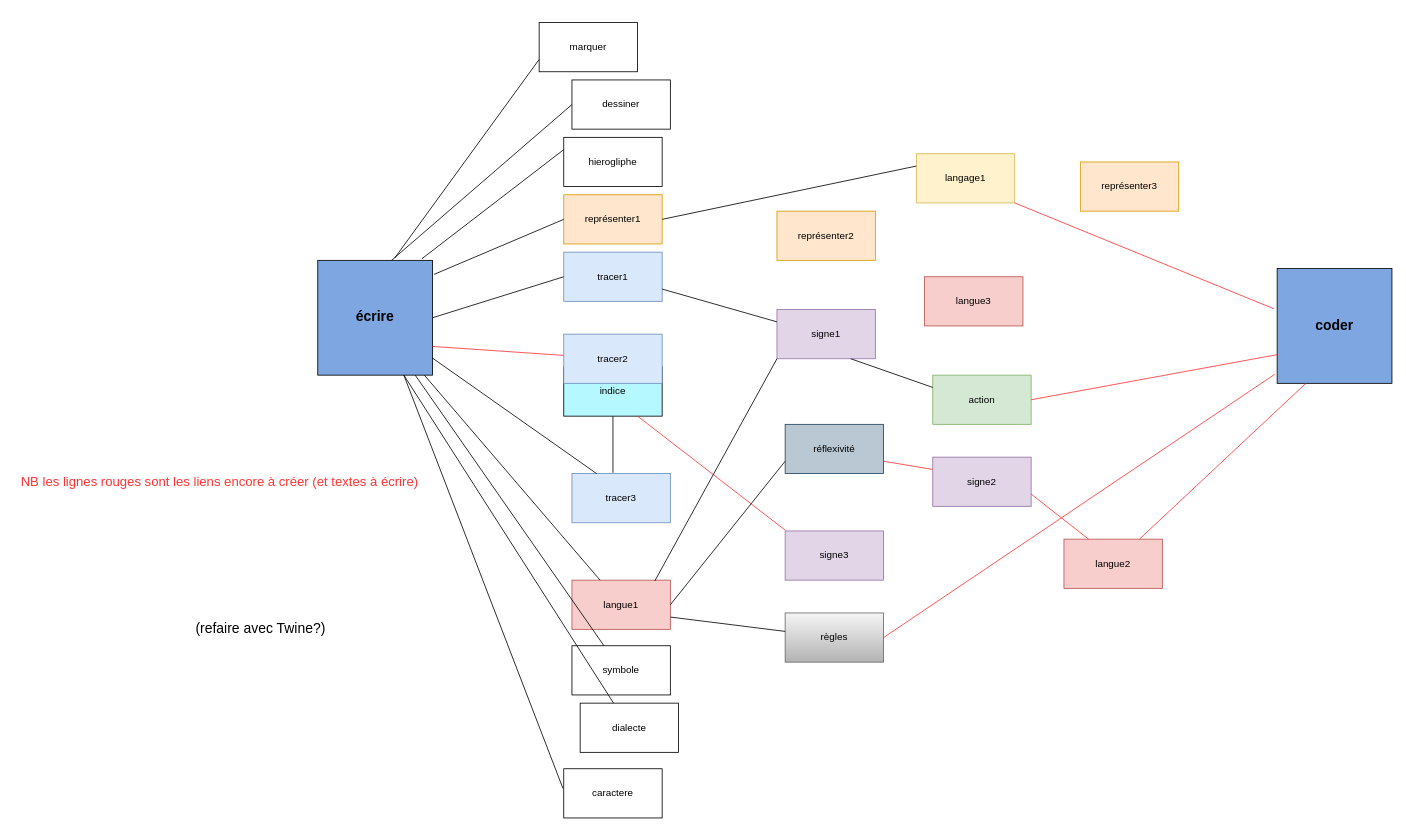
Before: carte hypertexte ecrirecoder.drawio in babelhead/EcrireCoder, a draw.io diagram. Source tidied: cells renumbered, new cells numbered last; positions are measured from the earlier drawing's top-left corner, leaving out a move shared by most shapes. Both pictures are drawn from the tidied source at 82%, with x=0, y=0 at pixel (14, 22).
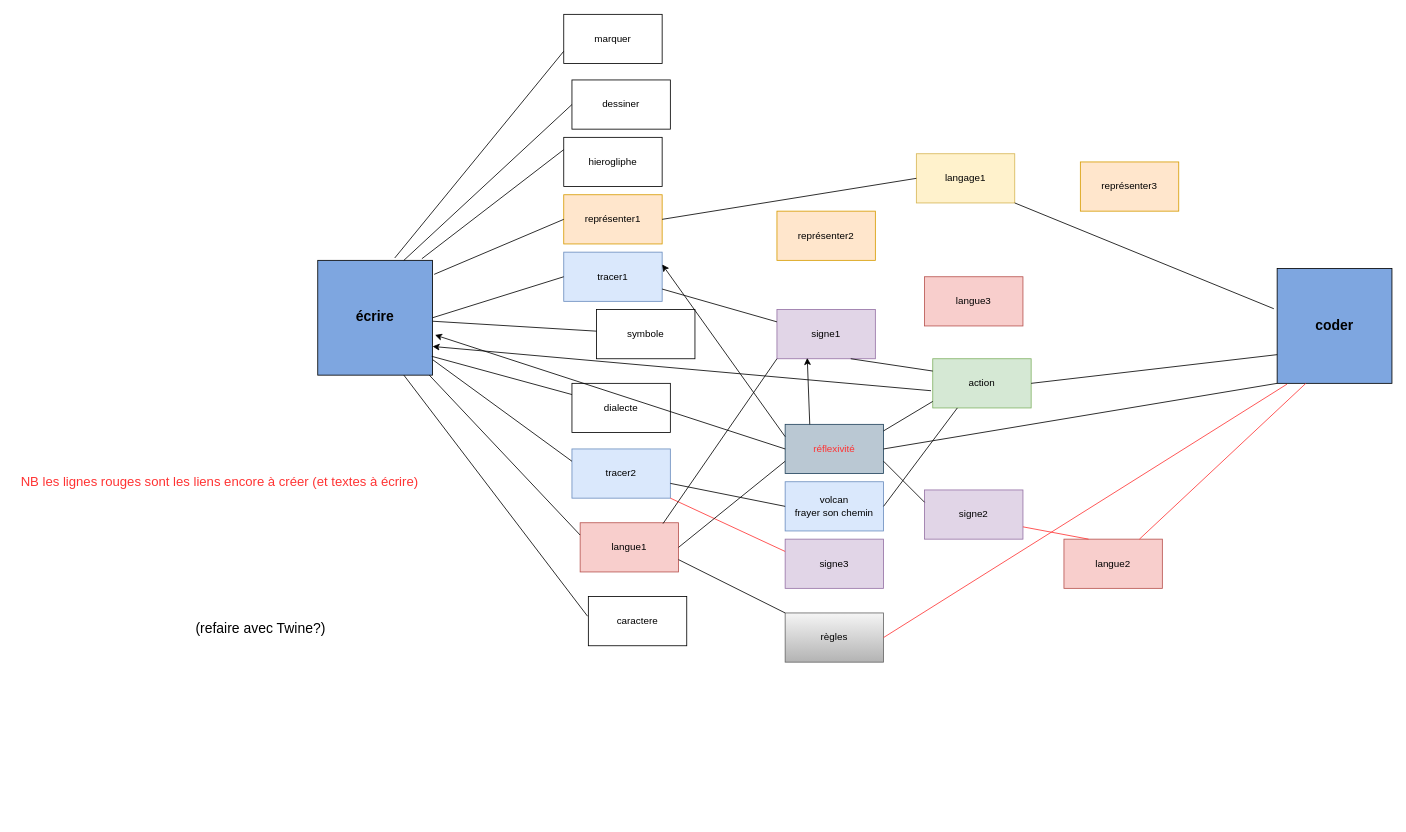
The same diagram, later.

Unchanged cells that the change refers to:
```xml
<mxCell id="2" value="&lt;b&gt;&lt;font style=&quot;font-size: 17px&quot;&gt;écrire&lt;/font&gt;&lt;/b&gt;" style="whiteSpace=wrap;html=1;fillColor=#7EA6E0;" parent="1" vertex="1">
  <mxGeometry x="370" y="290" width="140" height="140" as="geometry" />
</mxCell>
<mxCell id="3" value="&lt;b&gt;&lt;font style=&quot;font-size: 17px&quot;&gt;coder&lt;/font&gt;&lt;/b&gt;" style="whiteSpace=wrap;html=1;fillColor=#7EA6E0;" parent="1" vertex="1">
  <mxGeometry x="1540" y="300" width="140" height="140" as="geometry" />
</mxCell>
<mxCell id="4" value="représenter1" style="rounded=0;whiteSpace=wrap;html=1;fillColor=#ffe6cc;strokeColor=#d79b00;" parent="1" vertex="1">
  <mxGeometry x="670" y="210" width="120" height="60" as="geometry" />
</mxCell>
<mxCell id="9" value="tracer1" style="rounded=0;whiteSpace=wrap;html=1;fillColor=#dae8fc;strokeColor=#6c8ebf;" parent="1" vertex="1">
  <mxGeometry x="670" y="280" width="120" height="60" as="geometry" />
</mxCell>
<mxCell id="10" value="signe1" style="rounded=0;whiteSpace=wrap;html=1;fillColor=#e1d5e7;strokeColor=#9673a6;" parent="1" vertex="1">
  <mxGeometry x="930" y="350" width="120" height="60" as="geometry" />
</mxCell>
<mxCell id="29" value="langage1" style="rounded=0;whiteSpace=wrap;html=1;fillColor=#fff2cc;strokeColor=#d6b656;" parent="1" vertex="1">
  <mxGeometry x="1100" y="160" width="120" height="60" as="geometry" />
</mxCell>
<mxCell id="36" value="règles" style="rounded=0;whiteSpace=wrap;html=1;gradientColor=#b3b3b3;fillColor=#f5f5f5;strokeColor=#666666;" parent="1" vertex="1">
  <mxGeometry x="940" y="720" width="120" height="60" as="geometry" />
</mxCell>
<mxCell id="43" value="dessiner" style="rounded=0;whiteSpace=wrap;html=1;" parent="1" vertex="1">
  <mxGeometry x="680" y="70" width="120" height="60" as="geometry" />
</mxCell>
```

Change to the diagram source:
```diff
@@
-    <mxCell id="5" value="tracer3" style="rounded=0;whiteSpace=wrap;html=1;fillColor=#dae8fc;strokeColor=#6c8ebf;" parent="1" vertex="1">
-      <mxGeometry x="680" y="550" width="120" height="60" as="geometry" />
+    <mxCell id="5" value="tracer2&lt;br&gt;" style="rounded=0;whiteSpace=wrap;html=1;fillColor=#dae8fc;strokeColor=#6c8ebf;" parent="1" vertex="1">
+      <mxGeometry x="680" y="520" width="120" height="60" as="geometry" />
     </mxCell>
     <mxCell id="6" value="signe3" style="rounded=0;whiteSpace=wrap;html=1;fillColor=#e1d5e7;strokeColor=#9673a6;" parent="1" vertex="1">
-      <mxGeometry x="940" y="620" width="120" height="60" as="geometry" />
+      <mxGeometry x="940" y="630" width="120" height="60" as="geometry" />
     </mxCell>
@@
     <mxCell id="8" value="langue1" style="rounded=0;whiteSpace=wrap;html=1;fillColor=#f8cecc;strokeColor=#b85450;" parent="1" vertex="1">
-      <mxGeometry x="680" y="680" width="120" height="60" as="geometry" />
+      <mxGeometry x="690" y="610" width="120" height="60" as="geometry" />
     </mxCell>
@@
-    <mxCell id="14" value="indice" style="rounded=0;whiteSpace=wrap;html=1;fillColor=#B5F8FF;" parent="1" vertex="1">
-      <mxGeometry x="670" y="420" width="120" height="60" as="geometry" />
-    </mxCell>
     <mxCell id="15" value="signe2" style="rounded=0;whiteSpace=wrap;html=1;fillColor=#e1d5e7;strokeColor=#9673a6;" parent="1" vertex="1">
-      <mxGeometry x="1120" y="530" width="120" height="60" as="geometry" />
+      <mxGeometry x="1110" y="570" width="120" height="60" as="geometry" />
     </mxCell>
@@
-    <mxCell id="18" style="endArrow=none;html=1;entryX=1;entryY=0.75;entryDx=0;entryDy=0;strokeColor=#FF3333;" parent="1" edge="1" source="34" target="2">
-      <mxGeometry relative="1" as="geometry" />
-    </mxCell>
@@
-    <mxCell id="21" style="endArrow=none;html=1;" parent="1" edge="1" source="8" target="2">
+    <mxCell id="21" style="endArrow=none;html=1;exitX=0;exitY=0.25;exitDx=0;exitDy=0;" parent="1" edge="1" source="8" target="2">
       <mxGeometry relative="1" as="geometry" />
     </mxCell>
-    <mxCell id="22" style="endArrow=none;html=1;exitX=0.5;exitY=1;exitDx=0;exitDy=0;" parent="1" edge="1" source="14">
-      <mxGeometry relative="1" as="geometry">
-        <mxPoint x="730" y="549" as="targetPoint" />
-      </mxGeometry>
-    </mxCell>
@@
-    <mxCell id="24" style="endArrow=none;html=1;strokeColor=#FF3333;entryX=0.75;entryY=1;entryDx=0;entryDy=0;" parent="1" edge="1" target="14">
-      <mxGeometry relative="1" as="geometry">
-        <mxPoint x="940" y="619" as="sourcePoint" />
-      </mxGeometry>
+    <mxCell id="24" style="endArrow=none;html=1;strokeColor=#FF3333;entryX=1;entryY=1;entryDx=0;entryDy=0;exitX=0;exitY=0.25;exitDx=0;exitDy=0;" parent="1" edge="1" source="6" target="5">
+      <mxGeometry relative="1" as="geometry" />
     </mxCell>
     <mxCell id="25" value="action" style="rounded=0;whiteSpace=wrap;html=1;fillColor=#d5e8d4;strokeColor=#82b366;" parent="1" vertex="1">
-      <mxGeometry x="1120" y="430" width="120" height="60" as="geometry" />
+      <mxGeometry x="1120" y="410" width="120" height="60" as="geometry" />
     </mxCell>
@@
-    <mxCell id="28" style="endArrow=none;html=1;exitX=1;exitY=0.5;exitDx=0;exitDy=0;entryX=0;entryY=0.75;entryDx=0;entryDy=0;strokeColor=#FF3333;" parent="1" edge="1" source="25" target="3">
+    <mxCell id="28" style="endArrow=none;html=1;exitX=1;exitY=0.5;exitDx=0;exitDy=0;entryX=0;entryY=0.75;entryDx=0;entryDy=0;" parent="1" edge="1" source="25" target="3">
       <mxGeometry relative="1" as="geometry" />
     </mxCell>
@@
-    <mxCell id="31" value="&lt;span id=&quot;docs-internal-guid-dce81f62-7fff-224b-d48a-537479456130&quot;&gt;&lt;span style=&quot;font-family: &amp;#34;calibri&amp;#34; , sans-serif ; background-color: transparent ; vertical-align: baseline&quot;&gt;&lt;font style=&quot;font-size: 12px&quot;&gt;réflexivité&lt;/font&gt;&lt;/span&gt;&lt;/span&gt;" style="rounded=0;whiteSpace=wrap;html=1;fillColor=#bac8d3;strokeColor=#23445d;" parent="1" vertex="1">
+    <mxCell id="31" value="&lt;span id=&quot;docs-internal-guid-dce81f62-7fff-224b-d48a-537479456130&quot;&gt;&lt;span style=&quot;font-family: &amp;#34;calibri&amp;#34; , sans-serif ; background-color: transparent ; vertical-align: baseline&quot;&gt;&lt;font style=&quot;font-size: 12px&quot; color=&quot;#ff3333&quot;&gt;réflexivité&lt;/font&gt;&lt;/span&gt;&lt;/span&gt;" style="rounded=0;whiteSpace=wrap;html=1;fillColor=#bac8d3;strokeColor=#23445d;" parent="1" vertex="1">
       <mxGeometry x="940" y="490" width="120" height="60" as="geometry" />
     </mxCell>
@@
-    <mxCell id="33" style="endArrow=none;html=1;entryX=0;entryY=0.25;entryDx=0;entryDy=0;exitX=1;exitY=0.75;exitDx=0;exitDy=0;strokeColor=#FF3333;" parent="1" edge="1" source="31" target="15">
+    <mxCell id="33" style="endArrow=none;html=1;entryX=0;entryY=0.25;entryDx=0;entryDy=0;exitX=1;exitY=0.75;exitDx=0;exitDy=0;" parent="1" edge="1" source="31" target="15">
       <mxGeometry relative="1" as="geometry" />
     </mxCell>
-    <mxCell id="34" value="tracer2" style="rounded=0;whiteSpace=wrap;html=1;fillColor=#dae8fc;strokeColor=#6c8ebf;" parent="1" vertex="1">
-      <mxGeometry x="670" y="380" width="120" height="60" as="geometry" />
-    </mxCell>
-    <mxCell id="35" style="endArrow=none;html=1;exitX=0.25;exitY=0;exitDx=0;exitDy=0;" parent="1" edge="1" source="5" target="2">
+    <mxCell id="35" style="endArrow=none;html=1;exitX=0;exitY=0.25;exitDx=0;exitDy=0;" parent="1" edge="1" source="5" target="2">
       <mxGeometry relative="1" as="geometry" />
     </mxCell>
@@
-    <mxCell id="38" style="endArrow=none;html=1;strokeColor=#FF3333;entryX=-0.021;entryY=0.921;entryDx=0;entryDy=0;entryPerimeter=0;exitX=1;exitY=0.5;exitDx=0;exitDy=0;" parent="1" edge="1" source="36" target="3">
+    <mxCell id="38" style="endArrow=none;html=1;strokeColor=#FF3333;entryX=0.086;entryY=1.007;entryDx=0;entryDy=0;entryPerimeter=0;exitX=1;exitY=0.5;exitDx=0;exitDy=0;" parent="1" edge="1" source="36" target="3">
       <mxGeometry relative="1" as="geometry" />
     </mxCell>
@@
-    <mxCell id="40" style="endArrow=none;html=1;exitX=1;exitY=0.5;exitDx=0;exitDy=0;entryX=0;entryY=0.25;entryDx=0;entryDy=0;" parent="1" edge="1" source="4" target="29">
+    <mxCell id="40" style="endArrow=none;html=1;exitX=1;exitY=0.5;exitDx=0;exitDy=0;entryX=0;entryY=0.5;entryDx=0;entryDy=0;" parent="1" edge="1" source="4" target="29">
       <mxGeometry relative="1" as="geometry" />
     </mxCell>
-    <mxCell id="41" style="endArrow=none;html=1;strokeColor=#FF3333;exitX=-0.029;exitY=0.35;exitDx=0;exitDy=0;exitPerimeter=0;" parent="1" edge="1" source="3">
+    <mxCell id="41" style="endArrow=none;html=1;exitX=-0.029;exitY=0.35;exitDx=0;exitDy=0;exitPerimeter=0;" parent="1" edge="1" source="3">
       <mxGeometry relative="1" as="geometry">
         <mxPoint x="1220" y="220" as="targetPoint" />
       </mxGeometry>
     </mxCell>
@@
     <mxCell id="44" value="caractere" style="rounded=0;whiteSpace=wrap;html=1;" parent="1" vertex="1">
-      <mxGeometry x="670" y="910" width="120" height="60" as="geometry" />
+      <mxGeometry x="700" y="700" width="120" height="60" as="geometry" />
     </mxCell>
     <mxCell id="45" value="marquer" style="rounded=0;whiteSpace=wrap;html=1;" parent="1" vertex="1">
-      <mxGeometry x="640" width="120" height="60" as="geometry" />
+      <mxGeometry x="670" y="-10" width="120" height="60" as="geometry" />
     </mxCell>
     <mxCell id="46" value="symbole" style="rounded=0;whiteSpace=wrap;html=1;" parent="1" vertex="1">
-      <mxGeometry x="680" y="760" width="120" height="60" as="geometry" />
+      <mxGeometry x="710" y="350" width="120" height="60" as="geometry" />
     </mxCell>
     <mxCell id="47" value="dialecte" style="rounded=0;whiteSpace=wrap;html=1;" parent="1" vertex="1">
-      <mxGeometry x="690" y="830" width="120" height="60" as="geometry" />
+      <mxGeometry x="680" y="440" width="120" height="60" as="geometry" />
     </mxCell>
-    <mxCell id="48" style="endArrow=none;html=1;exitX=0.643;exitY=0;exitDx=0;exitDy=0;entryX=0;entryY=0.5;entryDx=0;entryDy=0;exitPerimeter=0;" parent="1" edge="1" source="2" target="43">
+    <mxCell id="48" style="endArrow=none;html=1;exitX=0.75;exitY=0;exitDx=0;exitDy=0;entryX=0;entryY=0.5;entryDx=0;entryDy=0;" parent="1" edge="1" source="2" target="43">
       <mxGeometry relative="1" as="geometry" />
     </mxCell>
@@
-    <mxCell id="52" style="endArrow=none;html=1;strokeColor=#000000;exitX=0.75;exitY=1;exitDx=0;exitDy=0;" parent="1" edge="1" source="2" target="47">
+    <mxCell id="52" style="endArrow=none;html=1;strokeColor=#000000;exitX=0.993;exitY=0.836;exitDx=0;exitDy=0;exitPerimeter=0;" parent="1" edge="1" source="2" target="47">
       <mxGeometry relative="1" as="geometry" />
     </mxCell>
@@
+    <mxCell id="54" style="endArrow=classic;html=1;strokeColor=#000000;exitX=-0.017;exitY=0.65;exitDx=0;exitDy=0;exitPerimeter=0;entryX=1;entryY=0.75;entryDx=0;entryDy=0;" parent="1" edge="1" source="25" target="2">
+      <mxGeometry relative="1" as="geometry" />
+    </mxCell>
+    <mxCell id="55" style="endArrow=none;html=1;strokeColor=#000000;entryX=0;entryY=1;entryDx=0;entryDy=0;" parent="1" edge="1" target="3">
+      <mxGeometry relative="1" as="geometry">
+        <mxPoint x="1060" y="520" as="sourcePoint" />
+      </mxGeometry>
+    </mxCell>
+    <mxCell id="56" style="endArrow=none;html=1;strokeColor=#000000;exitX=1;exitY=0.133;exitDx=0;exitDy=0;exitPerimeter=0;entryX=0;entryY=0.867;entryDx=0;entryDy=0;entryPerimeter=0;" parent="1" edge="1" source="31" target="25">
+      <mxGeometry relative="1" as="geometry" />
+    </mxCell>
+    <mxCell id="57" style="endArrow=classic;html=1;strokeColor=#000000;exitX=0;exitY=0.5;exitDx=0;exitDy=0;entryX=1.021;entryY=0.65;entryDx=0;entryDy=0;entryPerimeter=0;" parent="1" edge="1" source="31" target="2">
+      <mxGeometry relative="1" as="geometry" />
+    </mxCell>
+    <mxCell id="58" style="endArrow=classic;html=1;strokeColor=#000000;exitX=0;exitY=0.25;exitDx=0;exitDy=0;entryX=1;entryY=0.25;entryDx=0;entryDy=0;" parent="1" edge="1" source="31" target="9">
+      <mxGeometry relative="1" as="geometry" />
+    </mxCell>
+    <mxCell id="59" style="endArrow=classic;html=1;strokeColor=#000000;entryX=0.308;entryY=0.983;entryDx=0;entryDy=0;entryPerimeter=0;exitX=0.25;exitY=0;exitDx=0;exitDy=0;" parent="1" edge="1" source="31" target="10">
+      <mxGeometry relative="1" as="geometry" />
+    </mxCell>
+    <mxCell id="60" value="volcan&lt;br&gt;frayer son chemin" style="rounded=0;whiteSpace=wrap;html=1;fillColor=#dae8fc;strokeColor=#6c8ebf;" parent="1" vertex="1">
+      <mxGeometry x="940" y="560" width="120" height="60" as="geometry" />
+    </mxCell>
+    <mxCell id="61" style="endArrow=none;html=1;strokeColor=#000000;entryX=0;entryY=0.5;entryDx=0;entryDy=0;" parent="1" edge="1" source="5" target="60">
+      <mxGeometry relative="1" as="geometry" />
+    </mxCell>
+    <mxCell id="62" style="endArrow=none;html=1;strokeColor=#000000;entryX=0.25;entryY=1;entryDx=0;entryDy=0;exitX=1;exitY=0.5;exitDx=0;exitDy=0;" parent="1" edge="1" source="60" target="25">
+      <mxGeometry relative="1" as="geometry" />
+    </mxCell>
```
